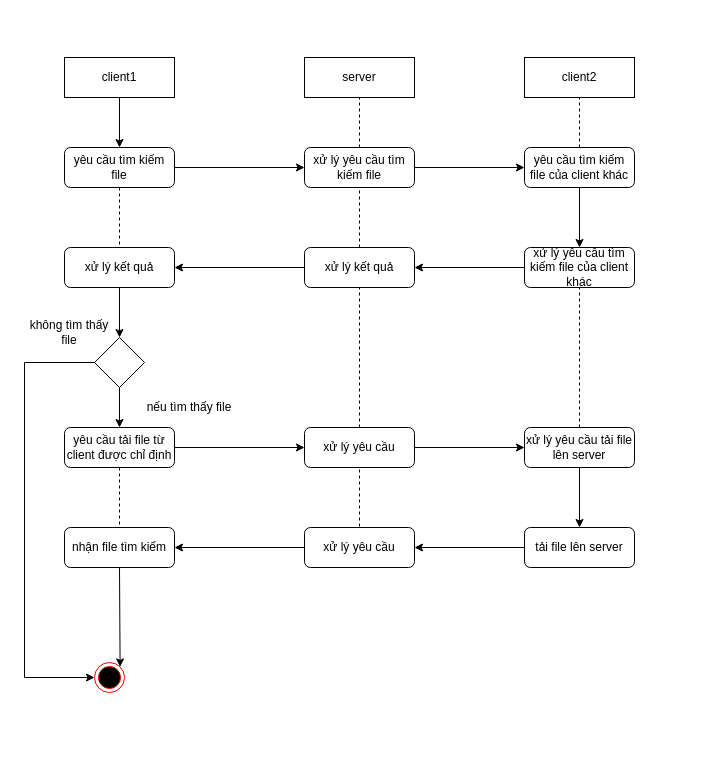
phamhongphuc1999/NetworkPrograming keeps this draw.io diagram as page "Page-2" (2 of 3) of INFO/ltm.drawio. Above is the earlier version. Source tidied: cells renumbered, new cells numbered last; positions are measured from the earlier drawing's top-left corner, leaving out a move shared by most shapes. Both pictures are drawn from the tidied source at 100%, with x=0, y=0 at pixel (24, 57).
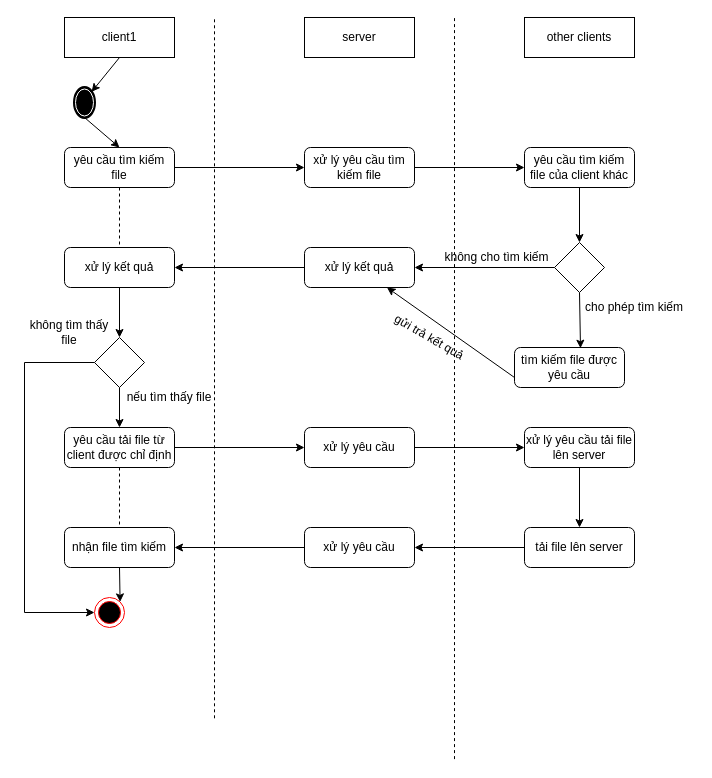
The same page after the edit.

The change refers to these unchanged cells:
```xml
<mxCell id="5" value="yêu cầu tìm kiếm file" style="rounded=1;whiteSpace=wrap;html=1;" parent="1" vertex="1">
  <mxGeometry x="40" y="90" width="110" height="40" as="geometry" />
</mxCell>
<mxCell id="6" value="xử lý yêu cầu tìm kiếm file" style="rounded=1;whiteSpace=wrap;html=1;" parent="1" vertex="1">
  <mxGeometry x="280" y="90" width="110" height="40" as="geometry" />
</mxCell>
<mxCell id="7" value="yêu cầu tìm kiếm file của client khác" style="rounded=1;whiteSpace=wrap;html=1;" parent="1" vertex="1">
  <mxGeometry x="500" y="90" width="110" height="40" as="geometry" />
</mxCell>
<mxCell id="9" value="xử lý kết quả" style="rounded=1;whiteSpace=wrap;html=1;" parent="1" vertex="1">
  <mxGeometry x="280" y="190" width="110" height="40" as="geometry" />
</mxCell>
<mxCell id="12" value="xử lý yêu cầu tải file lên server" style="rounded=1;whiteSpace=wrap;html=1;" parent="1" vertex="1">
  <mxGeometry x="500" y="370" width="110" height="40" as="geometry" />
</mxCell>
<mxCell id="16" value="xử lý yêu cầu" style="rounded=1;whiteSpace=wrap;html=1;" parent="1" vertex="1">
  <mxGeometry x="280" y="370" width="110" height="40" as="geometry" />
</mxCell>
<mxCell id="17" style="rhombus;whiteSpace=wrap;html=1;" parent="1" vertex="1">
  <mxGeometry x="70" y="280" width="50" height="50" as="geometry" />
</mxCell>
```

Change to the diagram source:
```diff
@@
     <mxCell id="2" value="client1" style="rounded=0;whiteSpace=wrap;html=1;" parent="1" vertex="1">
-      <mxGeometry x="40" width="110" height="40" as="geometry" />
+      <mxGeometry x="40" y="-40" width="110" height="40" as="geometry" />
     </mxCell>
     <mxCell id="3" value="server" style="rounded=0;whiteSpace=wrap;html=1;" parent="1" vertex="1">
-      <mxGeometry x="280" width="110" height="40" as="geometry" />
+      <mxGeometry x="280" y="-40" width="110" height="40" as="geometry" />
     </mxCell>
-    <mxCell id="4" value="client2" style="rounded=0;whiteSpace=wrap;html=1;" parent="1" vertex="1">
-      <mxGeometry x="500" width="110" height="40" as="geometry" />
+    <mxCell id="4" value="other clients" style="rounded=0;whiteSpace=wrap;html=1;" parent="1" vertex="1">
+      <mxGeometry x="500" y="-40" width="110" height="40" as="geometry" />
     </mxCell>
@@
-    <mxCell id="8" value="xử lý yêu cầu tìm kiếm file của client khác" style="rounded=1;whiteSpace=wrap;html=1;" parent="1" vertex="1">
-      <mxGeometry x="500" y="190" width="110" height="40" as="geometry" />
+    <mxCell id="8" value="tìm kiếm file được yêu cầu" style="rounded=1;whiteSpace=wrap;html=1;" parent="1" vertex="1">
+      <mxGeometry x="490" y="290" width="110" height="40" as="geometry" />
     </mxCell>
@@
-    <mxCell id="20" style="endArrow=classic;html=1;exitX=0;exitY=0.5;exitDx=0;exitDy=0;entryX=1;entryY=0.5;entryDx=0;entryDy=0;" parent="1" edge="1" source="8" target="9">
-      <mxGeometry relative="1" as="geometry" />
-    </mxCell>
@@
     <mxCell id="28" style="endArrow=classic;html=1;rounded=0;exitX=0;exitY=0.5;exitDx=0;exitDy=0;entryX=0;entryY=0.5;entryDx=0;entryDy=0;" parent="1" edge="1" source="17" target="29">
       <mxGeometry relative="1" as="geometry">
         <Array as="points">
           <mxPoint y="305" />
-          <mxPoint y="620" />
+          <mxPoint y="555" />
         </Array>
       </mxGeometry>
     </mxCell>
     <mxCell id="29" style="ellipse;html=1;shape=endState;fillColor=#000000;strokeColor=#ff0000;" parent="1" vertex="1">
-      <mxGeometry x="70" y="605" width="30" height="30" as="geometry" />
+      <mxGeometry x="70" y="540" width="30" height="30" as="geometry" />
     </mxCell>
-    <mxCell id="30" style="endArrow=classic;html=1;exitX=0.5;exitY=1;exitDx=0;exitDy=0;entryX=0.5;entryY=0;entryDx=0;entryDy=0;" parent="1" edge="1" source="2" target="5">
+    <mxCell id="30" style="endArrow=classic;html=1;entryX=0.5;entryY=0;entryDx=0;entryDy=0;exitX=0.5;exitY=1;exitDx=0;exitDy=0;" parent="1" edge="1" source="53" target="5">
       <mxGeometry relative="1" as="geometry" />
     </mxCell>
@@
-    <mxCell id="34" style="endArrow=none;dashed=1;html=1;entryX=0.5;entryY=1;entryDx=0;entryDy=0;" parent="1" edge="1" source="6" target="3">
-      <mxGeometry relative="1" as="geometry" />
-    </mxCell>
-    <mxCell id="35" style="endArrow=none;dashed=1;html=1;entryX=0.5;entryY=1;entryDx=0;entryDy=0;exitX=0.5;exitY=0;exitDx=0;exitDy=0;" parent="1" edge="1" source="9" target="6">
-      <mxGeometry relative="1" as="geometry" />
-    </mxCell>
-    <mxCell id="36" style="endArrow=none;dashed=1;html=1;entryX=0.5;entryY=1;entryDx=0;entryDy=0;" parent="1" edge="1" source="16" target="9">
-      <mxGeometry relative="1" as="geometry" />
-    </mxCell>
-    <mxCell id="37" style="endArrow=none;dashed=1;html=1;entryX=0.5;entryY=1;entryDx=0;entryDy=0;" parent="1" edge="1" target="16">
-      <mxGeometry relative="1" as="geometry">
-        <mxPoint x="335" y="469" as="sourcePoint" />
-      </mxGeometry>
-    </mxCell>
-    <mxCell id="38" style="endArrow=none;dashed=1;html=1;entryX=0.5;entryY=1;entryDx=0;entryDy=0;exitX=0.5;exitY=0;exitDx=0;exitDy=0;" parent="1" edge="1" source="7" target="4">
-      <mxGeometry relative="1" as="geometry" />
-    </mxCell>
-    <mxCell id="39" style="endArrow=classic;html=1;exitX=0.5;exitY=1;exitDx=0;exitDy=0;entryX=0.5;entryY=0;entryDx=0;entryDy=0;" parent="1" edge="1" source="7" target="8">
-      <mxGeometry relative="1" as="geometry" />
-    </mxCell>
-    <mxCell id="40" style="endArrow=none;dashed=1;html=1;entryX=0.5;entryY=1;entryDx=0;entryDy=0;exitX=0.5;exitY=0;exitDx=0;exitDy=0;" parent="1" edge="1" source="12" target="8">
-      <mxGeometry relative="1" as="geometry" />
-    </mxCell>
@@
     <mxCell id="42" value="nếu tìm thấy file" style="text;html=1;strokeColor=none;fillColor=none;align=center;verticalAlign=middle;whiteSpace=wrap;rounded=0;" parent="1" vertex="1">
-      <mxGeometry x="100" y="340" width="130" height="20" as="geometry" />
+      <mxGeometry x="80" y="330" width="130" height="20" as="geometry" />
     </mxCell>
@@
+    <mxCell id="44" style="rhombus;whiteSpace=wrap;html=1;" parent="1" vertex="1">
+      <mxGeometry x="530" y="185" width="50" height="50" as="geometry" />
+    </mxCell>
+    <mxCell id="45" style="endArrow=classic;html=1;fontSize=12;exitX=0;exitY=0.5;exitDx=0;exitDy=0;entryX=1;entryY=0.5;entryDx=0;entryDy=0;" parent="1" edge="1" source="44" target="9">
+      <mxGeometry relative="1" as="geometry" />
+    </mxCell>
+    <mxCell id="46" value="không cho tìm kiếm" style="text;html=1;strokeColor=none;fillColor=none;align=center;verticalAlign=middle;whiteSpace=wrap;rounded=0;fontSize=12;" parent="1" vertex="1">
+      <mxGeometry x="415" y="190" width="115" height="20" as="geometry" />
+    </mxCell>
+    <mxCell id="47" style="endArrow=classic;html=1;fontSize=12;exitX=0.5;exitY=1;exitDx=0;exitDy=0;entryX=0.6;entryY=0.017;entryDx=0;entryDy=0;entryPerimeter=0;" parent="1" edge="1" source="44" target="8">
+      <mxGeometry relative="1" as="geometry" />
+    </mxCell>
+    <mxCell id="48" value="cho phép tìm kiếm" style="text;html=1;strokeColor=none;fillColor=none;align=center;verticalAlign=middle;whiteSpace=wrap;rounded=0;fontSize=12;" parent="1" vertex="1">
+      <mxGeometry x="550" y="240" width="120" height="20" as="geometry" />
+    </mxCell>
+    <mxCell id="20" style="endArrow=classic;html=1;fontSize=12;exitX=0;exitY=0.75;exitDx=0;exitDy=0;entryX=0.75;entryY=1;entryDx=0;entryDy=0;" parent="1" edge="1" source="8" target="9">
+      <mxGeometry relative="1" as="geometry" />
+    </mxCell>
+    <mxCell id="49" value="gửi trả kết quả" style="text;html=1;strokeColor=none;fillColor=none;align=center;verticalAlign=middle;whiteSpace=wrap;rounded=0;fontSize=12;rotation=30;" parent="1" vertex="1">
+      <mxGeometry x="350" y="270" width="110" height="20" as="geometry" />
+    </mxCell>
+    <mxCell id="50" style="endArrow=classic;html=1;fontSize=12;entryX=0.5;entryY=0;entryDx=0;entryDy=0;exitX=0.5;exitY=1;exitDx=0;exitDy=0;" parent="1" edge="1" source="7" target="44">
+      <mxGeometry relative="1" as="geometry" />
+    </mxCell>
+    <mxCell id="51" style="endArrow=none;dashed=1;html=1;fontSize=12;" parent="1" edge="1">
+      <mxGeometry relative="1" as="geometry">
+        <mxPoint x="190" y="660.8" as="sourcePoint" />
+        <mxPoint x="190" y="-40" as="targetPoint" />
+      </mxGeometry>
+    </mxCell>
+    <mxCell id="52" style="endArrow=none;dashed=1;html=1;fontSize=12;" parent="1" edge="1">
+      <mxGeometry relative="1" as="geometry">
+        <mxPoint x="430" y="701.6" as="sourcePoint" />
+        <mxPoint x="430" y="-40" as="targetPoint" />
+      </mxGeometry>
+    </mxCell>
+    <mxCell id="53" style="shape=mxgraph.bpmn.shape;html=1;verticalLabelPosition=bottom;labelBackgroundColor=#ffffff;verticalAlign=top;align=center;perimeter=ellipsePerimeter;outlineConnect=0;outline=end;symbol=terminate;fontSize=12;" parent="1" vertex="1">
+      <mxGeometry x="50" y="30" width="20" height="30" as="geometry" />
+    </mxCell>
+    <mxCell id="54" style="endArrow=classic;html=1;fontSize=12;exitX=0.5;exitY=1;exitDx=0;exitDy=0;entryX=0.855;entryY=0.145;entryDx=0;entryDy=0;entryPerimeter=0;" parent="1" edge="1" source="2" target="53">
+      <mxGeometry relative="1" as="geometry" />
+    </mxCell>
```
